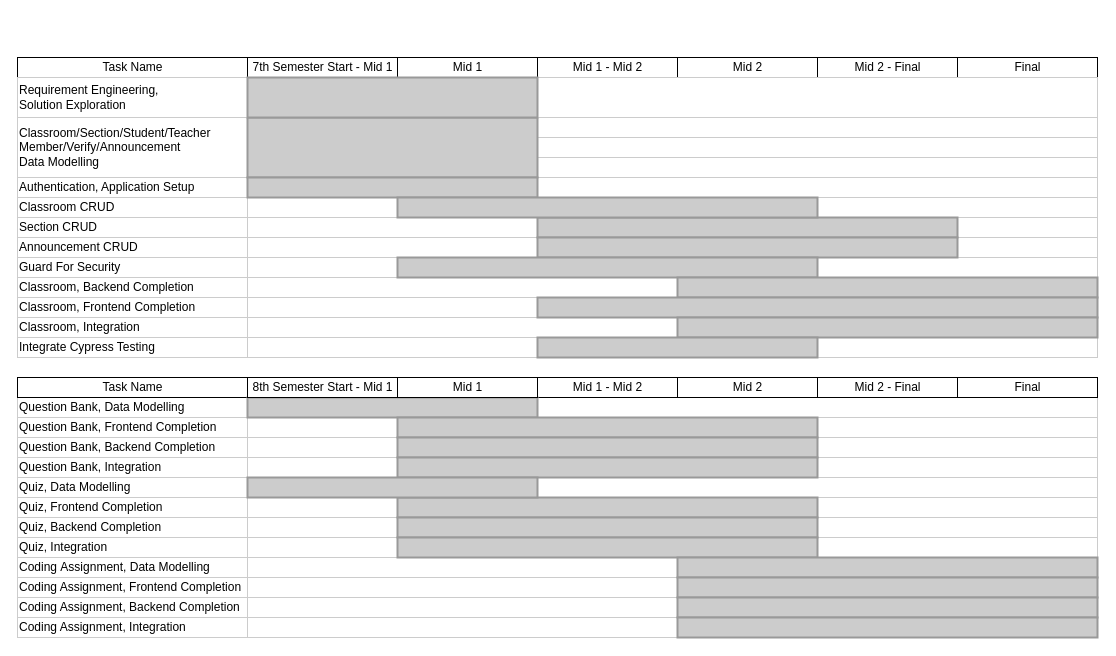
This is FYP Progress Report, Complete Timeline.drawio from Rubix982/DrawIODiagrams, a draw.io file, before an edit. Source tidied: cells renumbered, new cells numbered last; positions are measured from the earlier drawing's top-left corner, leaving out a move shared by most shapes. Both pictures are drawn from the tidied source at 100%, with x=0, y=0 at pixel (17, 57).
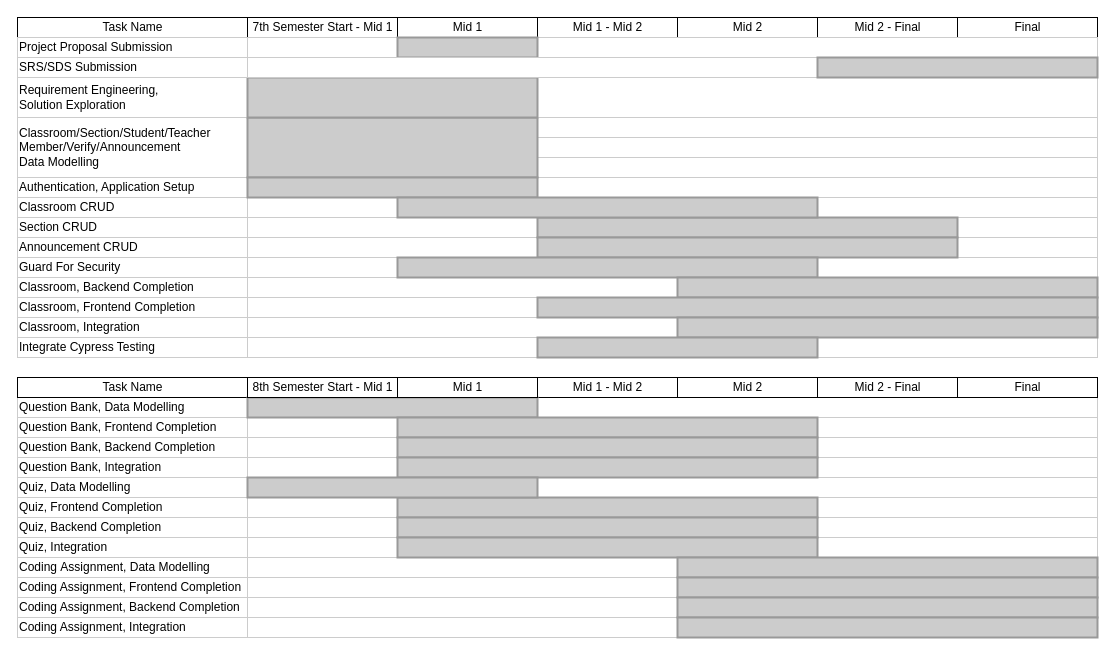
The same page after the edit.

Diff of the diagram source:
```diff
@@
     <mxCell id="49" value="Task Name" style="strokeWidth=1;fontStyle=0;html=1;" parent="1" vertex="1">
-      <mxGeometry width="230" height="20" as="geometry" />
+      <mxGeometry y="-40" width="230" height="20" as="geometry" />
     </mxCell>
@@
     <mxCell id="53" value="Mid 1 - Mid 2" style="strokeWidth=1;fontStyle=0;html=1;" parent="1" vertex="1">
-      <mxGeometry x="520" width="140" height="20" as="geometry" />
+      <mxGeometry x="520" y="-40" width="140" height="20" as="geometry" />
     </mxCell>
     <mxCell id="54" value="Mid 2" style="strokeWidth=1;fontStyle=0;html=1;" parent="1" vertex="1">
-      <mxGeometry x="660" width="140" height="20" as="geometry" />
+      <mxGeometry x="660" y="-40" width="140" height="20" as="geometry" />
     </mxCell>
     <mxCell id="55" value="Mid 2 - Final" style="strokeWidth=1;fontStyle=0;html=1;" parent="1" vertex="1">
-      <mxGeometry x="800" width="140" height="20" as="geometry" />
+      <mxGeometry x="800" y="-40" width="140" height="20" as="geometry" />
     </mxCell>
     <mxCell id="56" value="Final" style="strokeWidth=1;fontStyle=0;html=1;" parent="1" vertex="1">
-      <mxGeometry x="940" width="140" height="20" as="geometry" />
+      <mxGeometry x="940" y="-40" width="140" height="20" as="geometry" />
     </mxCell>
@@
     <mxCell id="68" value="Mid 1" style="strokeWidth=1;fontStyle=0;html=1;" parent="1" vertex="1">
-      <mxGeometry x="380" width="140" height="20" as="geometry" />
+      <mxGeometry x="380" y="-40" width="140" height="20" as="geometry" />
     </mxCell>
@@
     <mxCell id="77" value="7th Semester Start - Mid 1" style="strokeWidth=1;fontStyle=0;html=1;" parent="1" vertex="1">
-      <mxGeometry x="230" width="150" height="20" as="geometry" />
+      <mxGeometry x="230" y="-40" width="150" height="20" as="geometry" />
     </mxCell>
@@
+    <mxCell id="87" value="Project Proposal Submission" style="align=left;strokeColor=#CCCCCC;html=1;" parent="1" vertex="1">
+      <mxGeometry y="-20" width="230" height="20" as="geometry" />
+    </mxCell>
+    <mxCell id="88" style="align=left;strokeColor=#CCCCCC;html=1;" parent="1" vertex="1">
+      <mxGeometry x="230" y="-20" width="850" height="20" as="geometry" />
+    </mxCell>
+    <mxCell id="89" style="whiteSpace=wrap;html=1;strokeWidth=2;fillColor=#CCCCCC;gradientColor=none;fontSize=14;align=center;strokeColor=#999999;" parent="1" vertex="1">
+      <mxGeometry x="380" y="-20" width="140" height="20" as="geometry" />
+    </mxCell>
+    <mxCell id="90" value="SRS/SDS Submission" style="align=left;strokeColor=#CCCCCC;html=1;" parent="1" vertex="1">
+      <mxGeometry width="230" height="20" as="geometry" />
+    </mxCell>
+    <mxCell id="91" style="align=left;strokeColor=#CCCCCC;html=1;" parent="1" vertex="1">
+      <mxGeometry x="230" width="850" height="20" as="geometry" />
+    </mxCell>
+    <mxCell id="92" style="whiteSpace=wrap;html=1;strokeWidth=2;fillColor=#CCCCCC;gradientColor=none;fontSize=14;align=center;strokeColor=#999999;" parent="1" vertex="1">
+      <mxGeometry x="800" width="280" height="20" as="geometry" />
+    </mxCell>
```
